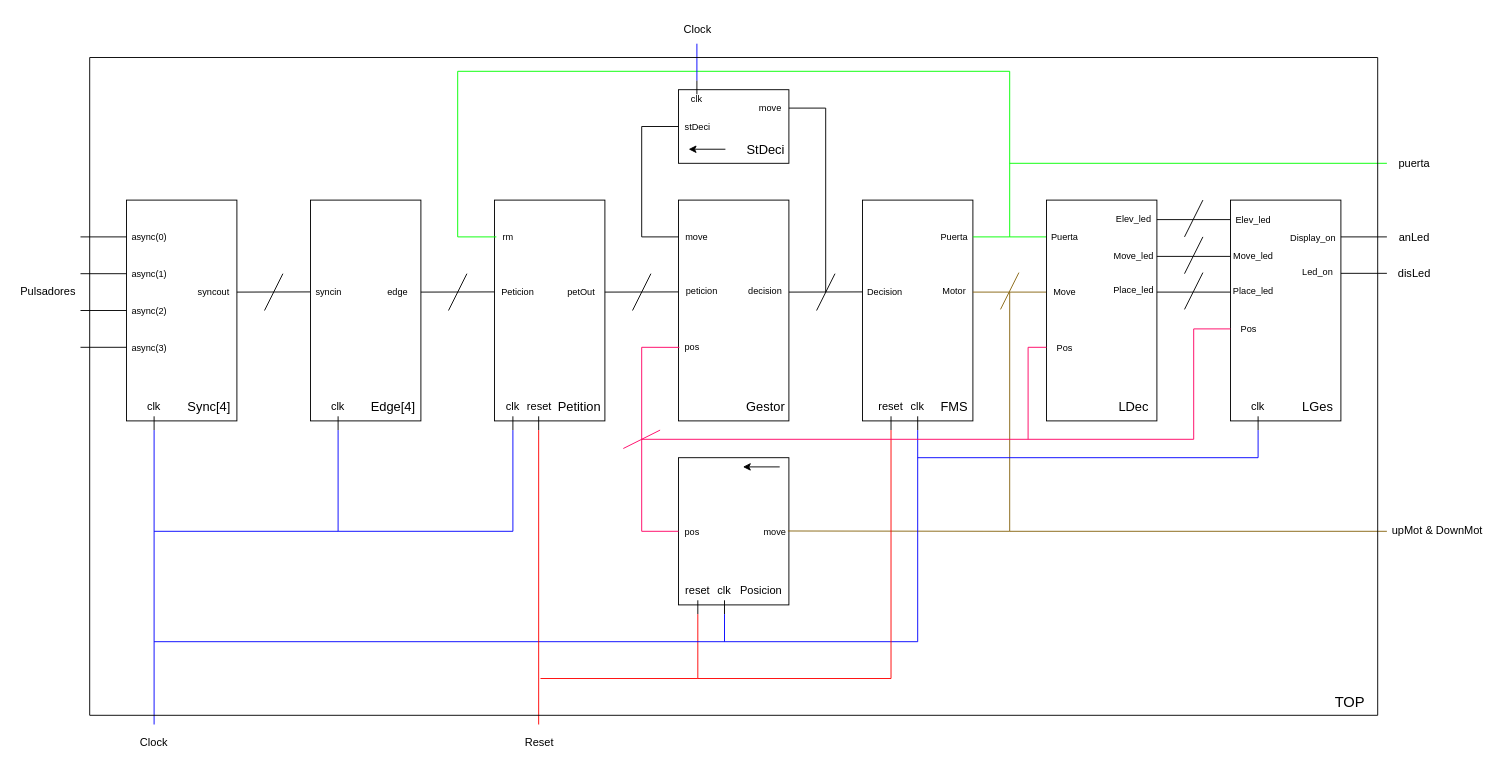
Earlier version of the draw.io diagram DiagramaBloquesTop.drawio (EdeAntonio/TrabajoFPGA_2425_G24). Source tidied: cells renumbered, new cells numbered last; positions are measured from the earlier drawing's top-left corner, leaving out a move shared by most shapes. Both pictures are drawn from the tidied source at 92%, with x=0, y=0 at pixel (16, 16).
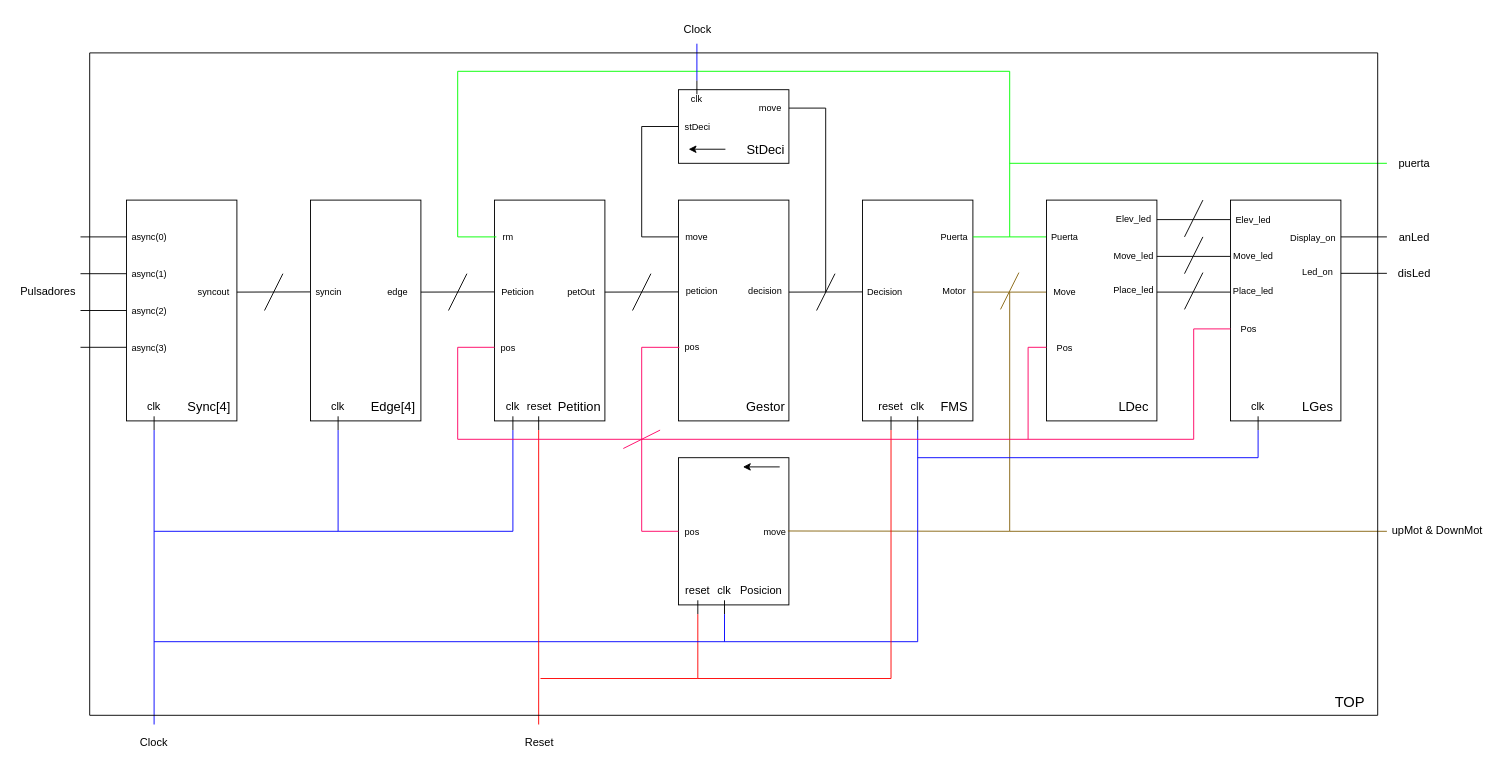
Above is the later version.

Commit message:
Corrección en la entidad petición.

Change to the diagram source:
```diff
@@
     <mxCell id="96" style="endArrow=none;html=1;rounded=0;strokeColor=#FF0064;" parent="1" edge="1">
       <mxGeometry relative="1" as="geometry">
-        <mxPoint x="680" y="460" as="sourcePoint" />
+        <mxPoint x="520" y="360" as="sourcePoint" />
         <mxPoint x="1320" y="340" as="targetPoint" />
         <Array as="points">
+          <mxPoint x="480" y="360" />
+          <mxPoint x="480" y="460" />
           <mxPoint x="1280" y="460" />
           <mxPoint x="1280" y="340" />
         </Array>
       </mxGeometry>
     </mxCell>
@@
-    <mxCell id="119" style="swimlane;startSize=0;" parent="1" vertex="1">
-      <mxGeometry x="80" y="45" width="1400" height="715" as="geometry" />
-    </mxCell>
-    <mxCell id="120" value="&lt;font style=&quot;font-size: 16px;&quot;&gt;TOP&lt;/font&gt;" style="text;html=1;align=center;verticalAlign=middle;whiteSpace=wrap;rounded=0;" parent="119" vertex="1">
-      <mxGeometry x="1340" y="685" width="60" height="30" as="geometry" />
-    </mxCell>
@@
+    <mxCell id="129" value="&lt;font style=&quot;font-size: 10px;&quot;&gt;pos&lt;/font&gt;" style="text;html=1;align=center;verticalAlign=middle;whiteSpace=wrap;rounded=0;" parent="1" vertex="1">
+      <mxGeometry x="520" y="350" width="30" height="20" as="geometry" />
+    </mxCell>
+    <mxCell id="120" value="&lt;font style=&quot;font-size: 16px;&quot;&gt;TOP&lt;/font&gt;" style="text;html=1;align=center;verticalAlign=middle;whiteSpace=wrap;rounded=0;" parent="1" vertex="1">
+      <mxGeometry x="1420" y="730" width="60" height="30" as="geometry" />
+    </mxCell>
+    <mxCell id="130" style="swimlane;startSize=0;" parent="1" vertex="1">
+      <mxGeometry x="80" y="40" width="1400" height="720" as="geometry" />
+    </mxCell>
```
